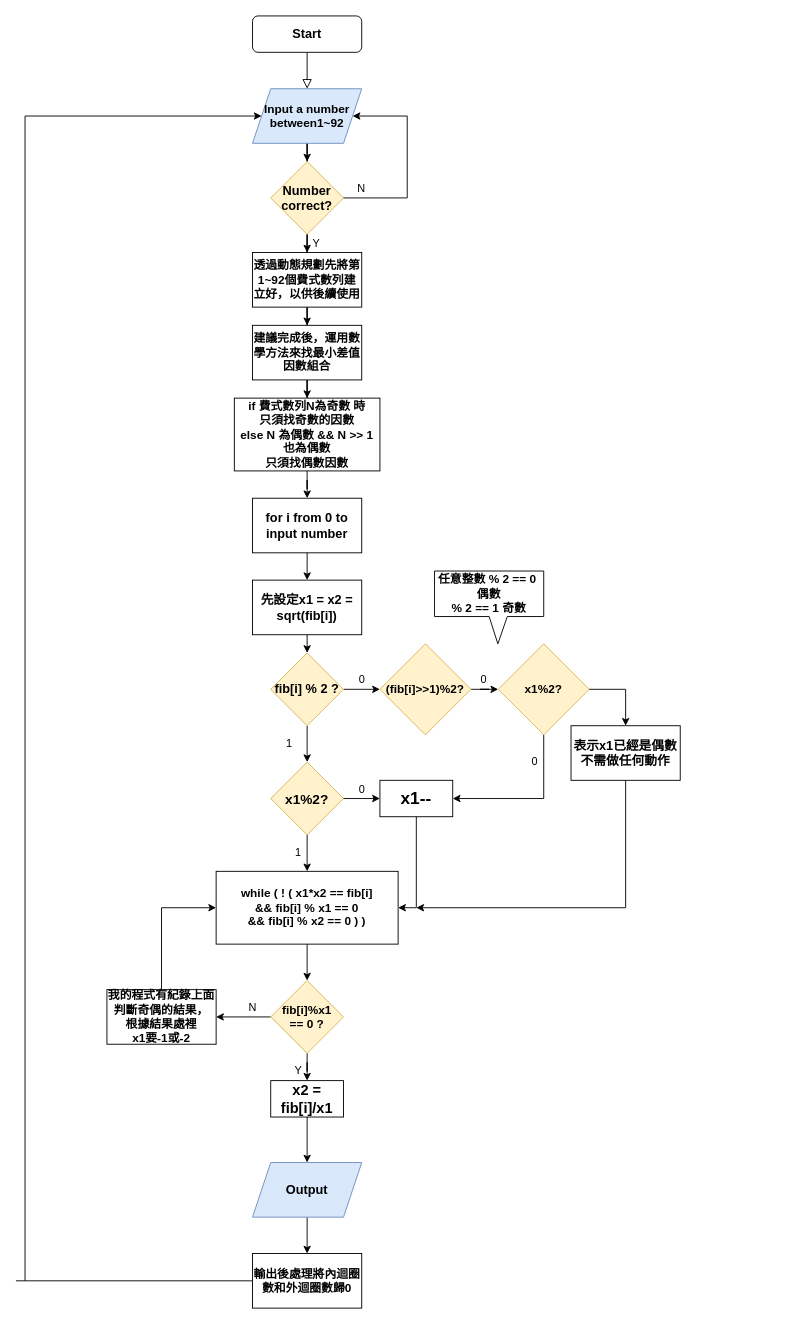
Earlier version of the draw.io diagram C++/DS作業/練習01/Untitled Diagram.drawio (leo27628822/code). Source tidied: cells renumbered, new cells numbered last; positions are measured from the earlier drawing's top-left corner, leaving out a move shared by most shapes. Both pictures are drawn from the tidied source at 91%, with x=0, y=0 at pixel (15, 15).
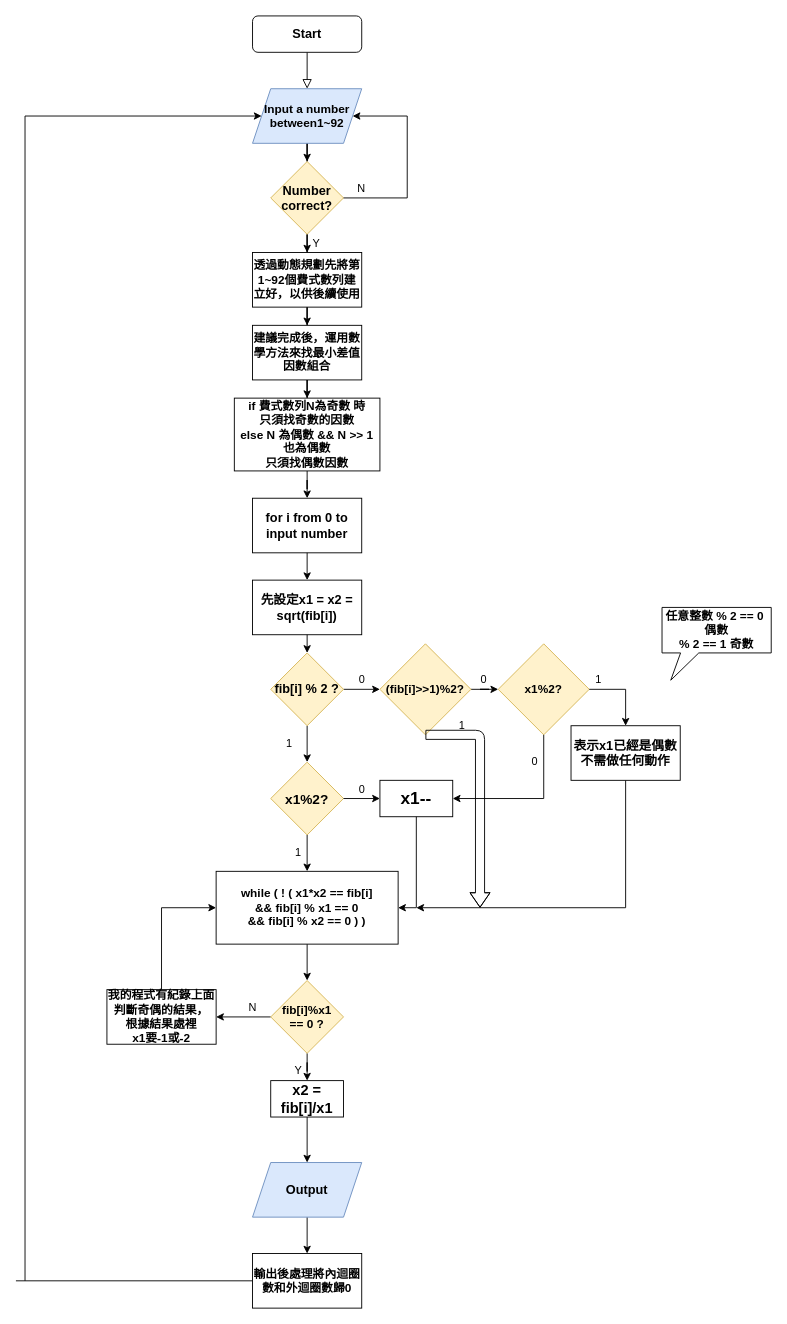
The same page after the edit.

The change refers to these unchanged cells:
```xml
<mxCell id="33" value="&lt;b&gt;&lt;font style=&quot;font-size: 13px&quot;&gt;(fib[i]&amp;gt;&amp;gt;1)%2?&lt;/font&gt;&lt;/b&gt;" style="rhombus;whiteSpace=wrap;html=1;rounded=0;fillColor=#fff2cc;strokeColor=#d6b656;" parent="1" vertex="1">
  <mxGeometry x="400" y="690" width="100" height="100" as="geometry" />
</mxCell>
```

Diff of the diagram source:
```diff
@@
-    <mxCell id="41" value="&lt;b style=&quot;font-size: 13px&quot;&gt;任意整數 % 2 == 0&amp;nbsp; 偶數&lt;br&gt;% 2 == 1 奇數&lt;/b&gt;" style="shape=callout;whiteSpace=wrap;html=1;perimeter=calloutPerimeter;position2=0.58;" parent="1" vertex="1">
-      <mxGeometry x="460" y="610" width="120" height="80" as="geometry" />
+    <mxCell id="41" value="&lt;b style=&quot;font-size: 13px&quot;&gt;任意整數 % 2 == 0&amp;nbsp; 偶數&lt;br&gt;% 2 == 1 奇數&lt;/b&gt;" style="shape=callout;whiteSpace=wrap;html=1;perimeter=calloutPerimeter;position2=0.08;size=30;position=0.17;" parent="1" vertex="1">
+      <mxGeometry x="710" y="650" width="120" height="80" as="geometry" />
     </mxCell>
@@
+    <mxCell id="67" value="1" style="text;html=1;align=center;verticalAlign=middle;strokeColor=none;fillColor=none;" parent="1" vertex="1">
+      <mxGeometry x="630" y="720" width="20" height="20" as="geometry" />
+    </mxCell>
+    <mxCell id="68" style="shape=flexArrow;endArrow=classic;html=1;startSize=14;endSize=4.99;sourcePerimeterSpacing=8;targetPerimeterSpacing=8;endWidth=11;exitX=0.5;exitY=1;exitDx=0;exitDy=0;" parent="1" edge="1" source="33">
+      <mxGeometry relative="1" as="geometry">
+        <mxPoint x="510" y="980" as="targetPoint" />
+        <Array as="points">
+          <mxPoint x="510" y="790" />
+        </Array>
+      </mxGeometry>
+    </mxCell>
+    <mxCell id="69" value="1" style="text;html=1;align=center;verticalAlign=middle;strokeColor=none;fillColor=none;" parent="1" vertex="1">
+      <mxGeometry x="480" y="770" width="20" height="20" as="geometry" />
+    </mxCell>
```
